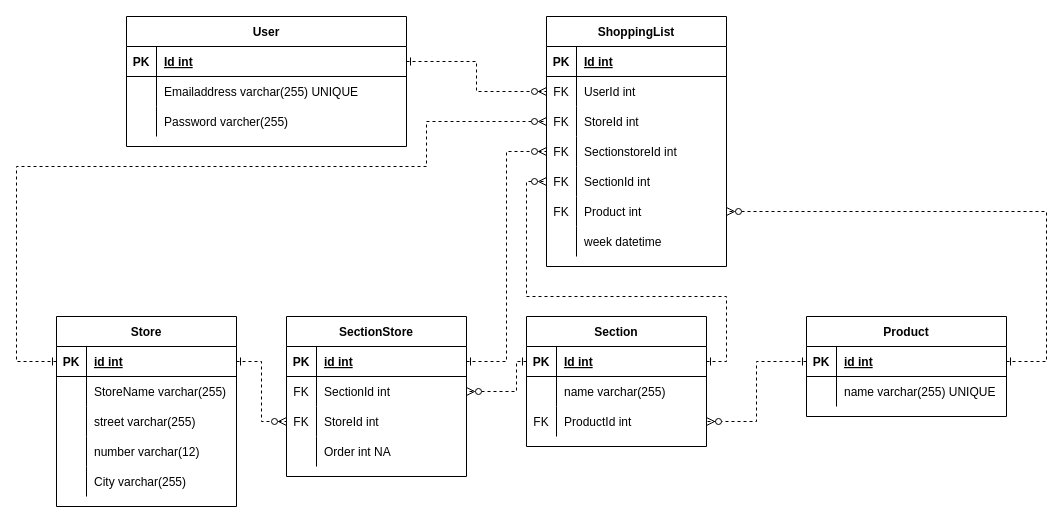
This is Erd Agile and testing Winkellijst.drawio from Agile-TestingTeam2/Project_winkellijst, a draw.io file, before an edit. Source tidied: cells renumbered, new cells numbered last; positions are measured from the earlier drawing's top-left corner, leaving out a move shared by most shapes. Both pictures are drawn from the tidied source at 100%, with x=0, y=0 at pixel (16, 16).
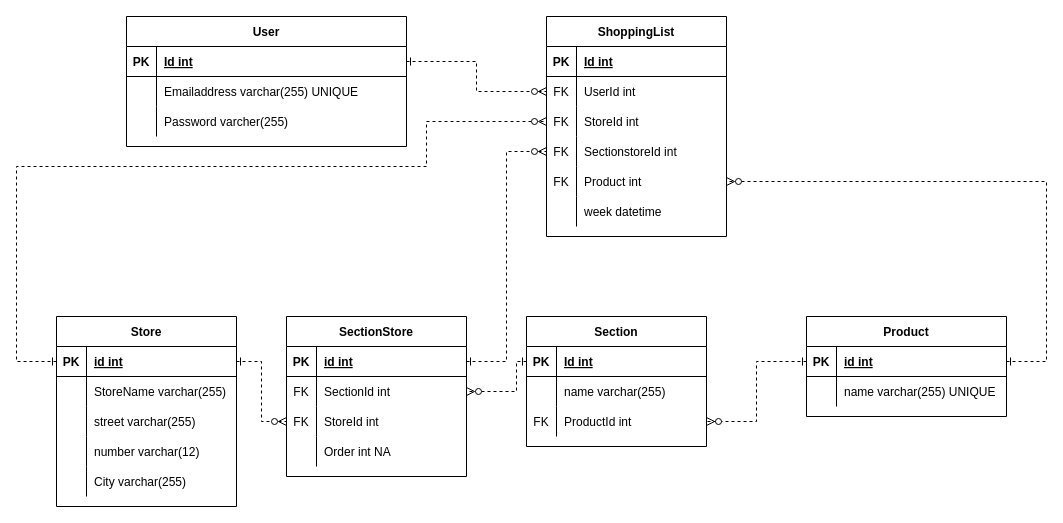
The same diagram, later.

Commit message:
Erd aangepast

The change refers to these unchanged cells:
```xml
<mxCell id="19" style="shape=partialRectangle;fillColor=none;top=0;left=0;bottom=1;right=0;points=[[0,0.5],[1,0.5]];portConstraint=eastwest;" parent="18" vertex="1">
  <mxGeometry y="30" width="200" height="30" as="geometry" />
</mxCell>
<mxCell id="26" style="shape=partialRectangle;fillColor=none;top=0;left=0;bottom=1;right=0;points=[[0,0.5],[1,0.5]];portConstraint=eastwest;" parent="25" vertex="1">
  <mxGeometry y="30" width="180" height="30" as="geometry" />
</mxCell>
```

Diff of the diagram source:
```diff
@@
     <mxCell id="35" value="ShoppingList" style="shape=table;startSize=30;childLayout=tableLayout;rowLines=0;fontStyle=1;align=center;" parent="1" vertex="1">
-      <mxGeometry x="530" width="180" height="250" as="geometry" />
+      <mxGeometry x="530" width="180" height="220" as="geometry" />
     </mxCell>
@@
-    <mxCell id="48" style="shape=partialRectangle;fillColor=none;top=0;left=0;bottom=0;right=0;points=[[0,0.5],[1,0.5]];portConstraint=eastwest;" parent="35" vertex="1">
-      <mxGeometry y="150" width="180" height="30" as="geometry" />
-    </mxCell>
-    <mxCell id="49" value="FK" style="shape=partialRectangle;fillColor=none;top=0;left=0;bottom=0;right=0;overflow=hidden;" parent="48" vertex="1">
-      <mxGeometry width="30" height="30" as="geometry" />
-    </mxCell>
-    <mxCell id="50" value="SectionId int" style="shape=partialRectangle;fillColor=none;top=0;left=0;bottom=0;right=0;align=left;spacingLeft=6;overflow=hidden;" parent="48" vertex="1">
-      <mxGeometry x="30" width="150" height="30" as="geometry" />
-    </mxCell>
     <mxCell id="51" style="shape=partialRectangle;fillColor=none;top=0;left=0;bottom=0;right=0;points=[[0,0.5],[1,0.5]];portConstraint=eastwest;" parent="35" vertex="1">
-      <mxGeometry y="180" width="180" height="30" as="geometry" />
+      <mxGeometry y="150" width="180" height="30" as="geometry" />
     </mxCell>
@@
     <mxCell id="54" style="shape=partialRectangle;fillColor=none;top=0;left=0;bottom=0;right=0;" parent="35" vertex="1">
-      <mxGeometry y="210" width="180" height="30" as="geometry" />
+      <mxGeometry y="180" width="180" height="30" as="geometry" />
     </mxCell>
@@
-    <mxCell id="85" style="edgeStyle=orthogonalEdgeStyle;rounded=0;jettySize=auto;html=1;dashed=1;startArrow=ERone;startFill=0;endArrow=ERzeroToMany;endFill=1;" parent="1" edge="1" source="26" target="48">
-      <mxGeometry relative="1" as="geometry">
-        <Array as="points">
-          <mxPoint x="710" y="345" />
-          <mxPoint x="710" y="280" />
-          <mxPoint x="510" y="280" />
-          <mxPoint x="510" y="165" />
-        </Array>
-      </mxGeometry>
-    </mxCell>
@@
     <mxCell id="87" style="edgeStyle=orthogonalEdgeStyle;rounded=0;jettySize=auto;html=1;entryX=1;entryY=0.5;entryDx=0;entryDy=0;dashed=1;startArrow=ERone;startFill=0;endArrow=ERzeroToMany;endFill=1;" parent="1" edge="1" source="19" target="51">
       <mxGeometry relative="1" as="geometry">
         <Array as="points">
           <mxPoint x="1030" y="345" />
-          <mxPoint x="1030" y="195" />
+          <mxPoint x="1030" y="165" />
         </Array>
       </mxGeometry>
     </mxCell>
```
